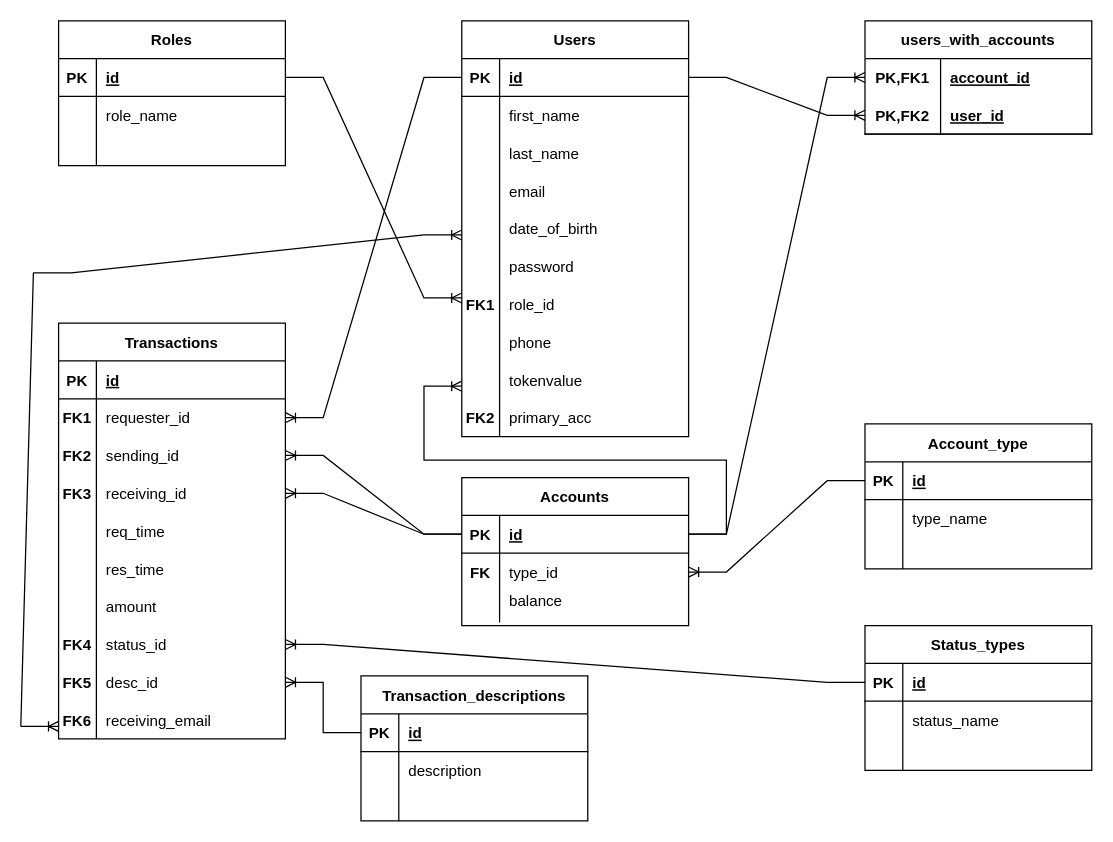
Above: database/dbERD.drawio in lolmos486/documentation (draw.io), before the change. Source tidied: cells renumbered, new cells numbered last; positions are measured from the earlier drawing's top-left corner, leaving out a move shared by most shapes. Both pictures are drawn from the tidied source at 126%, with x=0, y=0 at pixel (20, 20).
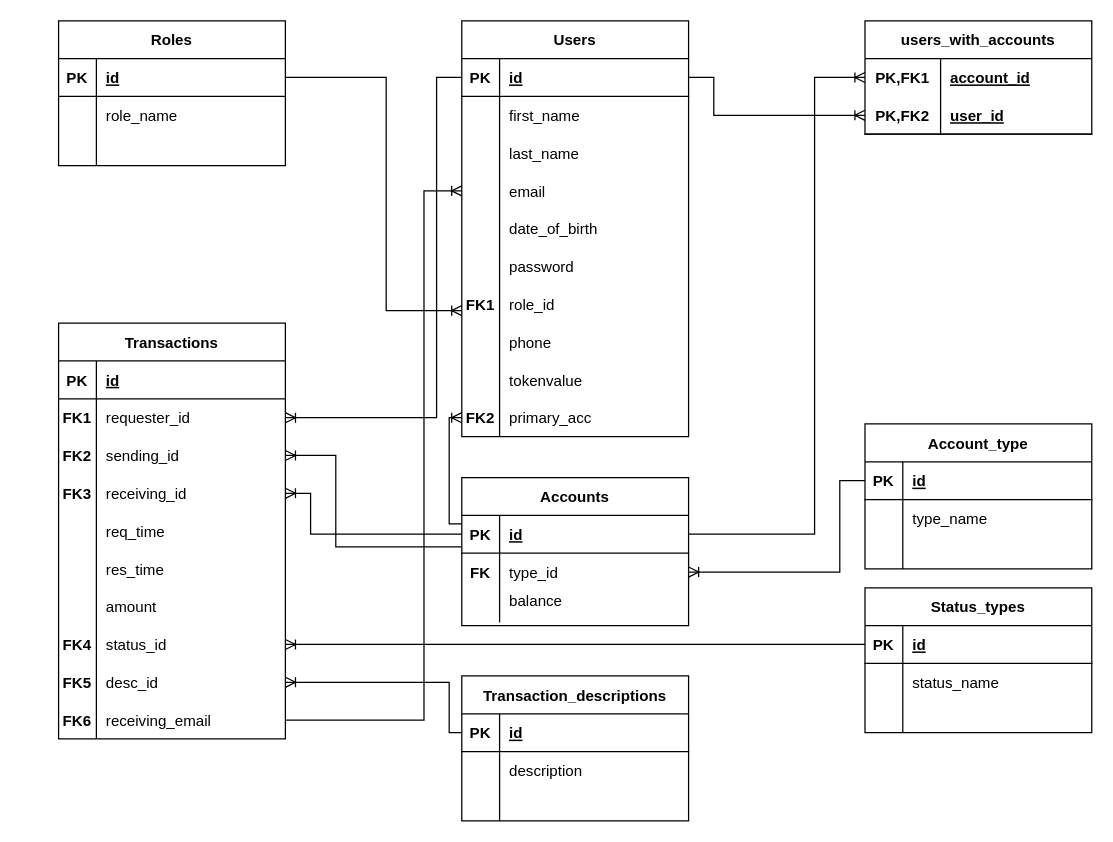
After the change.

Commit message (it also covers changes not shown here):
adjust ERD and export

The change refers to these unchanged cells:
```xml
<mxCell id="3" style="shape=tableRow;horizontal=0;startSize=0;swimlaneHead=0;swimlaneBody=0;fillColor=none;points=[[0,0.5],[1,0.5]];portConstraint=eastwest;top=0;left=0;right=0;bottom=1;" parent="2" vertex="1">
  <mxGeometry y="30" width="180" height="30" as="geometry" />
</mxCell>
<mxCell id="12" style="shape=tableRow;horizontal=0;startSize=0;swimlaneHead=0;swimlaneBody=0;fillColor=none;points=[[0,0.5],[1,0.5]];portConstraint=eastwest;top=0;left=0;right=0;bottom=0;" parent="2" vertex="1">
  <mxGeometry y="120" width="180" height="30" as="geometry" />
</mxCell>
<mxCell id="30" style="shape=tableRow;horizontal=0;startSize=0;swimlaneHead=0;swimlaneBody=0;fillColor=none;points=[[0,0.5],[1,0.5]];portConstraint=eastwest;top=0;left=0;right=0;bottom=0;" parent="2" vertex="1">
  <mxGeometry y="300" width="180" height="30" as="geometry" />
</mxCell>
<mxCell id="34" style="shape=tableRow;horizontal=0;startSize=0;swimlaneHead=0;swimlaneBody=0;fillColor=none;points=[[0,0.5],[1,0.5]];portConstraint=eastwest;top=0;left=0;right=0;bottom=1;" parent="33" vertex="1">
  <mxGeometry y="30" width="180" height="30" as="geometry" />
</mxCell>
<mxCell id="53" style="shape=tableRow;horizontal=0;startSize=0;swimlaneHead=0;swimlaneBody=0;fillColor=none;points=[[0,0.5],[1,0.5]];portConstraint=eastwest;top=0;left=0;right=0;bottom=1;" parent="52" vertex="1">
  <mxGeometry y="30" width="180" height="30" as="geometry" />
</mxCell>
<mxCell id="56" style="shape=tableRow;horizontal=0;startSize=0;swimlaneHead=0;swimlaneBody=0;fillColor=none;points=[[0,0.5],[1,0.5]];portConstraint=eastwest;top=0;left=0;right=0;bottom=0;" parent="52" vertex="1">
  <mxGeometry y="60" width="180" height="30" as="geometry" />
</mxCell>
<mxCell id="64" style="shape=tableRow;horizontal=0;startSize=0;swimlaneHead=0;swimlaneBody=0;fillColor=none;points=[[0,0.5],[1,0.5]];portConstraint=eastwest;top=0;left=0;right=0;bottom=1;" parent="63" vertex="1">
  <mxGeometry y="30" width="180" height="30" as="geometry" />
</mxCell>
<mxCell id="74" style="shape=tableRow;horizontal=0;startSize=0;swimlaneHead=0;swimlaneBody=0;fillColor=none;points=[[0,0.5],[1,0.5]];portConstraint=eastwest;top=0;left=0;right=0;bottom=0;" parent="73" vertex="1">
  <mxGeometry y="30" width="180" height="30" as="geometry" />
</mxCell>
<mxCell id="77" style="shape=tableRow;horizontal=0;startSize=0;swimlaneHead=0;swimlaneBody=0;fillColor=none;points=[[0,0.5],[1,0.5]];portConstraint=eastwest;top=0;left=0;right=0;bottom=1;" parent="73" vertex="1">
  <mxGeometry y="60" width="180" height="30" as="geometry" />
</mxCell>
<mxCell id="87" style="shape=tableRow;horizontal=0;startSize=0;swimlaneHead=0;swimlaneBody=0;fillColor=none;points=[[0,0.5],[1,0.5]];portConstraint=eastwest;top=0;left=0;right=0;bottom=0;" parent="83" vertex="1">
  <mxGeometry y="60" width="180" height="30" as="geometry" />
</mxCell>
<mxCell id="90" style="shape=tableRow;horizontal=0;startSize=0;swimlaneHead=0;swimlaneBody=0;fillColor=none;points=[[0,0.5],[1,0.5]];portConstraint=eastwest;top=0;left=0;right=0;bottom=0;" parent="83" vertex="1">
  <mxGeometry y="90" width="180" height="30" as="geometry" />
</mxCell>
<mxCell id="93" style="shape=tableRow;horizontal=0;startSize=0;swimlaneHead=0;swimlaneBody=0;fillColor=none;points=[[0,0.5],[1,0.5]];portConstraint=eastwest;top=0;left=0;right=0;bottom=0;" parent="83" vertex="1">
  <mxGeometry y="120" width="180" height="30" as="geometry" />
</mxCell>
<mxCell id="105" style="shape=tableRow;horizontal=0;startSize=0;swimlaneHead=0;swimlaneBody=0;fillColor=none;points=[[0,0.5],[1,0.5]];portConstraint=eastwest;top=0;left=0;right=0;bottom=0;" parent="83" vertex="1">
  <mxGeometry y="240" width="180" height="30" as="geometry" />
</mxCell>
<mxCell id="108" style="shape=tableRow;horizontal=0;startSize=0;swimlaneHead=0;swimlaneBody=0;fillColor=none;points=[[0,0.5],[1,0.5]];portConstraint=eastwest;top=0;left=0;right=0;bottom=0;" parent="83" vertex="1">
  <mxGeometry y="270" width="180" height="30" as="geometry" />
</mxCell>
<mxCell id="111" style="shape=tableRow;horizontal=0;startSize=0;swimlaneHead=0;swimlaneBody=0;fillColor=none;points=[[0,0.5],[1,0.5]];portConstraint=eastwest;top=0;left=0;right=0;bottom=0;" parent="83" vertex="1">
  <mxGeometry y="300" width="180" height="30" as="geometry" />
</mxCell>
<mxCell id="118" style="shape=tableRow;horizontal=0;startSize=0;swimlaneHead=0;swimlaneBody=0;fillColor=none;points=[[0,0.5],[1,0.5]];portConstraint=eastwest;top=0;left=0;right=0;bottom=1;" parent="117" vertex="1">
  <mxGeometry y="30" width="180" height="30" as="geometry" />
</mxCell>
<mxCell id="129" style="shape=tableRow;horizontal=0;startSize=0;swimlaneHead=0;swimlaneBody=0;fillColor=none;points=[[0,0.5],[1,0.5]];portConstraint=eastwest;top=0;left=0;right=0;bottom=1;" parent="128" vertex="1">
  <mxGeometry y="30" width="180" height="30" as="geometry" />
</mxCell>
```

What changed in the source:
```diff
@@
-    <mxCell id="37" style="edgeStyle=entityRelationEdgeStyle;fontSize=12;html=1;endArrow=ERoneToMany;rounded=0;" parent="34" edge="1" source="34">
-      <mxGeometry relative="1" as="geometry">
-        <mxPoint x="320" y="190" as="targetPoint" />
-      </mxGeometry>
-    </mxCell>
@@
-    <mxCell id="80" style="edgeStyle=entityRelationEdgeStyle;fontSize=12;html=1;endArrow=ERoneToMany;rounded=0;entryX=0;entryY=0.5;entryDx=0;entryDy=0;" parent="1" edge="1" source="53" target="74">
-      <mxGeometry relative="1" as="geometry" />
+    <mxCell id="80" style="edgeStyle=orthogonalEdgeStyle;fontSize=12;html=1;endArrow=ERoneToMany;rounded=0;entryX=0;entryY=0.5;entryDx=0;entryDy=0;" parent="1" edge="1" source="53" target="74">
+      <mxGeometry relative="1" as="geometry">
+        <Array as="points">
+          <mxPoint x="630" y="408" />
+          <mxPoint x="630" y="45" />
+        </Array>
+      </mxGeometry>
     </mxCell>
-    <mxCell id="81" style="edgeStyle=entityRelationEdgeStyle;fontSize=12;html=1;endArrow=ERoneToMany;rounded=0;exitX=1;exitY=0.5;exitDx=0;exitDy=0;entryX=0;entryY=0.5;entryDx=0;entryDy=0;" parent="1" edge="1" source="3" target="77">
-      <mxGeometry relative="1" as="geometry" />
+    <mxCell id="81" style="edgeStyle=orthogonalEdgeStyle;fontSize=12;html=1;endArrow=ERoneToMany;rounded=0;exitX=1;exitY=0.5;exitDx=0;exitDy=0;entryX=0;entryY=0.5;entryDx=0;entryDy=0;" parent="1" edge="1" source="3" target="77">
+      <mxGeometry relative="1" as="geometry">
+        <Array as="points">
+          <mxPoint x="550" y="45" />
+          <mxPoint x="550" y="75" />
+        </Array>
+      </mxGeometry>
     </mxCell>
-    <mxCell id="82" style="edgeStyle=entityRelationEdgeStyle;fontSize=12;html=1;endArrow=ERoneToMany;rounded=0;entryX=1;entryY=0.5;entryDx=0;entryDy=0;" parent="1" edge="1" source="64" target="56">
-      <mxGeometry relative="1" as="geometry" />
+    <mxCell id="82" style="edgeStyle=orthogonalEdgeStyle;fontSize=12;html=1;endArrow=ERoneToMany;rounded=0;entryX=1;entryY=0.5;entryDx=0;entryDy=0;" parent="1" edge="1" source="64" target="56">
+      <mxGeometry relative="1" as="geometry">
+        <Array as="points">
+          <mxPoint x="650" y="365" />
+          <mxPoint x="650" y="438" />
+        </Array>
+      </mxGeometry>
     </mxCell>
@@
-    <mxCell id="114" style="edgeStyle=entityRelationEdgeStyle;fontSize=12;html=1;endArrow=ERoneToMany;rounded=0;exitX=0;exitY=0.5;exitDx=0;exitDy=0;entryX=1;entryY=0.5;entryDx=0;entryDy=0;" parent="1" edge="1" source="53" target="90">
-      <mxGeometry relative="1" as="geometry" />
+    <mxCell id="114" style="edgeStyle=orthogonalEdgeStyle;fontSize=12;html=1;endArrow=ERoneToMany;rounded=0;entryX=1;entryY=0.5;entryDx=0;entryDy=0;exitX=-0.002;exitY=0.837;exitDx=0;exitDy=0;exitPerimeter=0;" parent="1" edge="1" source="53" target="90">
+      <mxGeometry relative="1" as="geometry">
+        <Array as="points">
+          <mxPoint x="250" y="418" />
+          <mxPoint x="250" y="345" />
+        </Array>
+      </mxGeometry>
     </mxCell>
-    <mxCell id="115" style="edgeStyle=entityRelationEdgeStyle;fontSize=12;html=1;endArrow=ERoneToMany;rounded=0;entryX=1;entryY=0.5;entryDx=0;entryDy=0;exitX=0;exitY=0.5;exitDx=0;exitDy=0;" parent="1" edge="1" source="3" target="87">
-      <mxGeometry relative="1" as="geometry" />
+    <mxCell id="115" style="edgeStyle=orthogonalEdgeStyle;fontSize=12;html=1;endArrow=ERoneToMany;rounded=0;entryX=1;entryY=0.5;entryDx=0;entryDy=0;exitX=0;exitY=0.5;exitDx=0;exitDy=0;" parent="1" edge="1" source="3" target="87">
+      <mxGeometry relative="1" as="geometry">
+        <Array as="points">
+          <mxPoint x="330" y="45" />
+          <mxPoint x="330" y="315" />
+        </Array>
+      </mxGeometry>
     </mxCell>
-    <mxCell id="116" style="edgeStyle=entityRelationEdgeStyle;fontSize=12;html=1;endArrow=ERoneToMany;rounded=0;exitX=0;exitY=0.5;exitDx=0;exitDy=0;entryX=1;entryY=0.5;entryDx=0;entryDy=0;" parent="1" edge="1" source="53" target="93">
-      <mxGeometry relative="1" as="geometry" />
+    <mxCell id="116" style="edgeStyle=orthogonalEdgeStyle;fontSize=12;html=1;endArrow=ERoneToMany;rounded=0;exitX=0;exitY=0.5;exitDx=0;exitDy=0;entryX=1;entryY=0.5;entryDx=0;entryDy=0;" parent="1" edge="1" source="53" target="93">
+      <mxGeometry relative="1" as="geometry">
+        <Array as="points">
+          <mxPoint x="230" y="408" />
+          <mxPoint x="230" y="375" />
+        </Array>
+      </mxGeometry>
     </mxCell>
     <mxCell id="117" value="Status_types" style="shape=table;startSize=30;childLayout=tableLayout;rowLines=0;fontStyle=1;align=center;" parent="1" vertex="1">
-      <mxGeometry x="670" y="480" width="180" height="115" as="geometry" />
+      <mxGeometry x="670" y="450" width="180" height="115" as="geometry" />
     </mxCell>
@@
-    <mxCell id="127" style="edgeStyle=entityRelationEdgeStyle;fontSize=12;html=1;endArrow=ERoneToMany;rounded=0;exitX=0;exitY=0.5;exitDx=0;exitDy=0;entryX=1;entryY=0.5;entryDx=0;entryDy=0;" parent="1" edge="1" source="118" target="105">
+    <mxCell id="127" style="edgeStyle=orthogonalEdgeStyle;fontSize=12;html=1;endArrow=ERoneToMany;rounded=0;exitX=0;exitY=0.5;exitDx=0;exitDy=0;entryX=1;entryY=0.5;entryDx=0;entryDy=0;" parent="1" edge="1" source="118" target="105">
       <mxGeometry relative="1" as="geometry" />
     </mxCell>
     <mxCell id="128" value="Transaction_descriptions" style="shape=table;startSize=30;childLayout=tableLayout;rowLines=0;fontStyle=1;align=center;" parent="1" vertex="1">
-      <mxGeometry x="270" y="520" width="180" height="115" as="geometry" />
+      <mxGeometry x="350" y="520" width="180" height="115" as="geometry" />
     </mxCell>
@@
-    <mxCell id="138" style="edgeStyle=entityRelationEdgeStyle;fontSize=12;html=1;endArrow=ERoneToMany;rounded=0;exitX=0;exitY=0.5;exitDx=0;exitDy=0;entryX=1;entryY=0.5;entryDx=0;entryDy=0;" parent="1" edge="1" source="129" target="108">
-      <mxGeometry relative="1" as="geometry" />
+    <mxCell id="138" style="edgeStyle=orthogonalEdgeStyle;fontSize=12;html=1;endArrow=ERoneToMany;rounded=0;exitX=0;exitY=0.5;exitDx=0;exitDy=0;entryX=1;entryY=0.5;entryDx=0;entryDy=0;" parent="1" edge="1" source="129" target="108">
+      <mxGeometry relative="1" as="geometry">
+        <Array as="points">
+          <mxPoint x="340" y="565" />
+          <mxPoint x="340" y="525" />
+        </Array>
+      </mxGeometry>
     </mxCell>
-    <mxCell id="139" style="edgeStyle=entityRelationEdgeStyle;fontSize=12;html=1;endArrow=ERoneToMany;rounded=0;" parent="1" edge="1">
-      <mxGeometry relative="1" as="geometry">
-        <mxPoint x="10" y="200" as="sourcePoint" />
-        <mxPoint x="350" y="170" as="targetPoint" />
-      </mxGeometry>
-    </mxCell>
-    <mxCell id="140" style="endArrow=none;html=1;rounded=0;" parent="1" edge="1">
-      <mxGeometry relative="1" as="geometry">
-        <mxPoint y="560" as="sourcePoint" />
-        <mxPoint x="10" y="200" as="targetPoint" />
-      </mxGeometry>
-    </mxCell>
-    <mxCell id="141" style="edgeStyle=entityRelationEdgeStyle;fontSize=12;html=1;endArrow=ERoneToMany;rounded=0;" parent="1" edge="1">
-      <mxGeometry relative="1" as="geometry">
-        <mxPoint y="560" as="sourcePoint" />
-        <mxPoint x="30" y="560" as="targetPoint" />
-      </mxGeometry>
-    </mxCell>
@@
-    <mxCell id="143" style="edgeStyle=entityRelationEdgeStyle;fontSize=12;html=1;endArrow=ERoneToMany;rounded=0;exitX=1;exitY=0.5;exitDx=0;exitDy=0;" parent="1" edge="1" source="53">
-      <mxGeometry relative="1" as="geometry">
-        <mxPoint x="350" y="290" as="targetPoint" />
-      </mxGeometry>
-    </mxCell>
@@
+    <mxCell id="145" style="edgeStyle=orthogonalEdgeStyle;fontSize=12;html=1;endArrow=ERoneToMany;rounded=0;exitX=1;exitY=0.5;exitDx=0;exitDy=0;" parent="1" edge="1" source="34">
+      <mxGeometry relative="1" as="geometry">
+        <mxPoint x="350" y="230" as="targetPoint" />
+        <Array as="points">
+          <mxPoint x="290" y="45" />
+          <mxPoint x="290" y="230" />
+        </Array>
+      </mxGeometry>
+    </mxCell>
+    <mxCell id="146" style="edgeStyle=orthogonalEdgeStyle;fontSize=12;html=1;endArrow=ERoneToMany;rounded=0;entryX=0;entryY=0.5;entryDx=0;entryDy=0;exitX=1;exitY=0.5;exitDx=0;exitDy=0;" parent="1" edge="1" source="111" target="12">
+      <mxGeometry relative="1" as="geometry">
+        <Array as="points">
+          <mxPoint x="320" y="555" />
+          <mxPoint x="320" y="135" />
+        </Array>
+      </mxGeometry>
+    </mxCell>
+    <mxCell id="147" style="edgeStyle=orthogonalEdgeStyle;fontSize=12;html=1;endArrow=ERoneToMany;rounded=0;exitX=0;exitY=0.224;exitDx=0;exitDy=0;entryX=0;entryY=0.5;entryDx=0;entryDy=0;exitPerimeter=0;" parent="1" edge="1" source="53" target="30">
+      <mxGeometry relative="1" as="geometry" />
+    </mxCell>
```
